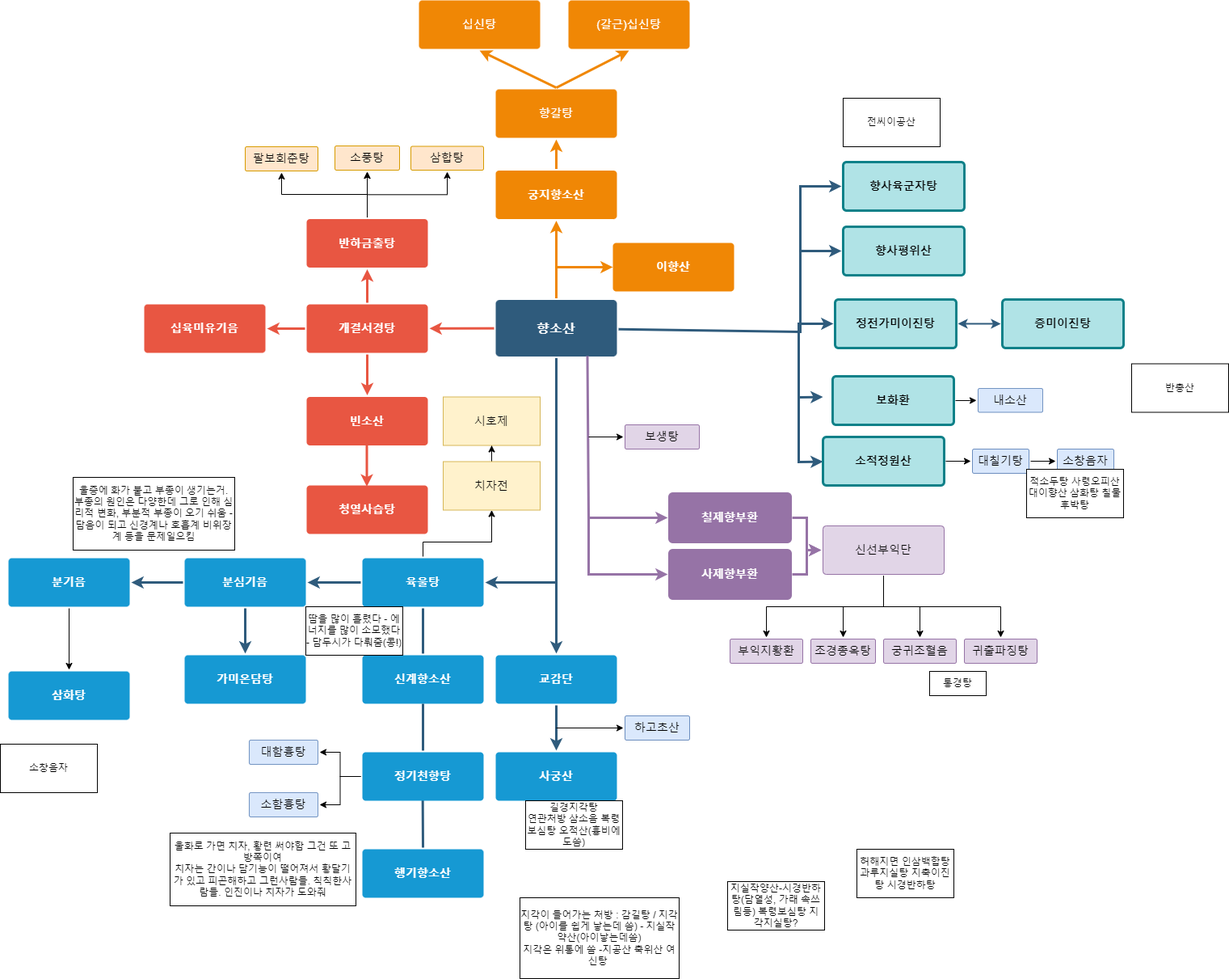
Earlier version of the draw.io export 향소산플로우차트.drawio.png (Jinzin71/sparta). Source tidied: cells renumbered, new cells last; positions are measured from the earlier drawing's top-left corner, leaving out a move shared by most shapes.
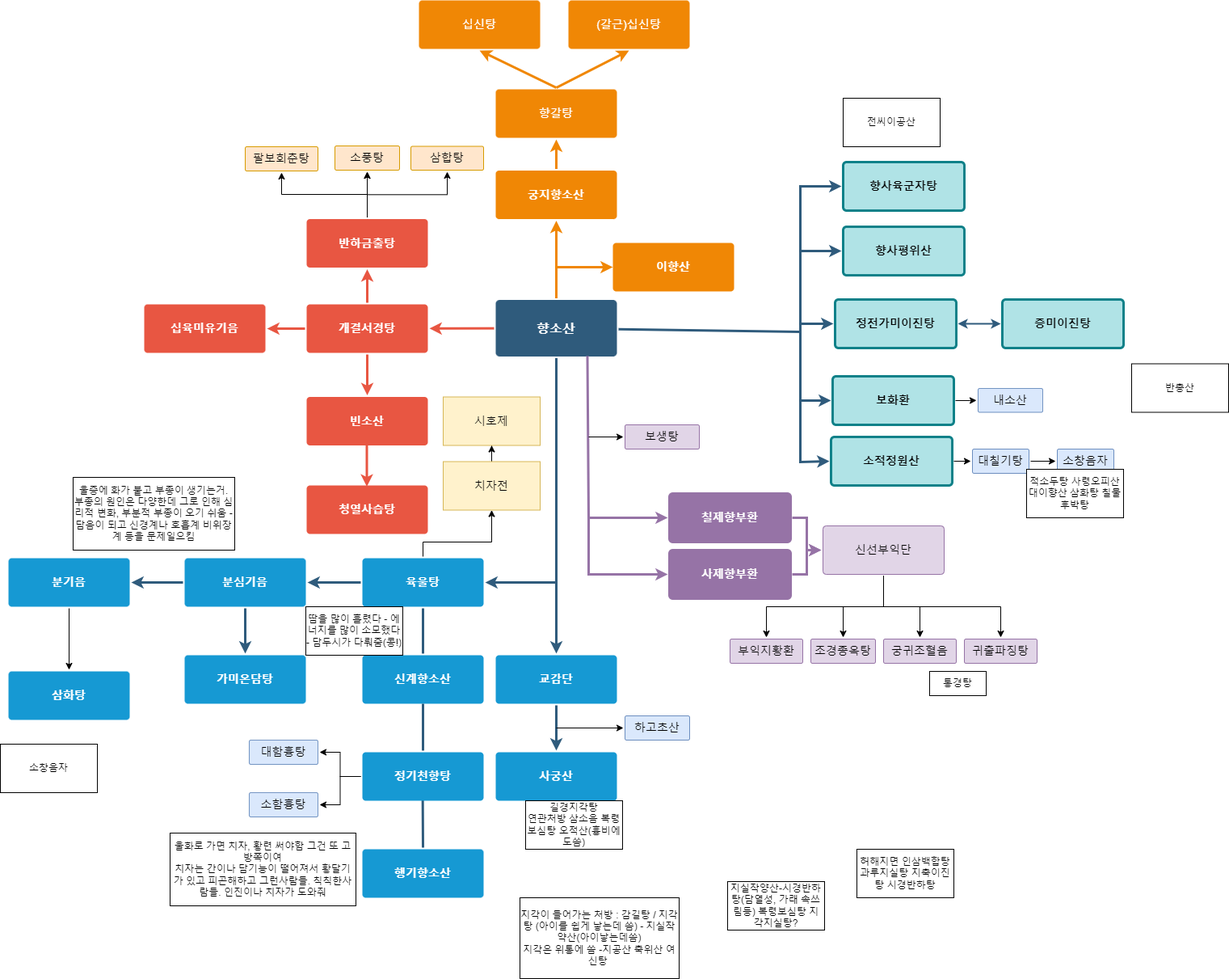
After the commit.

Commit message:
향소산플로우차트.drawio.png 업데이트

What changed in the source:
```diff
@@ -227,27 +227,25 @@
     </mxCell>
     <mxCell id="62" style="endArrow=classic;html=1;rounded=0;strokeWidth=3;strokeColor=#2F5B7C;entryX=0;entryY=0.5;entryDx=0;entryDy=0;" parent="1" edge="1" target="30">
       <mxGeometry relative="1" as="geometry">
-        <mxPoint x="988" y="410" as="sourcePoint" />
+        <mxPoint x="990" y="410" as="sourcePoint" />
         <Array as="points">
-          <mxPoint x="988" y="400" />
+          <mxPoint x="990" y="400" />
         </Array>
       </mxGeometry>
     </mxCell>
-    <mxCell id="63" style="endArrow=classic;html=1;rounded=0;strokeWidth=3;strokeColor=#2F5B7C;entryX=0;entryY=0.5;entryDx=0;entryDy=0;" parent="1" edge="1">
+    <mxCell id="63" style="endArrow=classic;html=1;rounded=0;strokeWidth=3;strokeColor=#2F5B7C;entryX=0;entryY=0.5;entryDx=0;entryDy=0;" parent="1" edge="1" target="25">
       <mxGeometry relative="1" as="geometry">
-        <mxPoint x="988" y="400" as="sourcePoint" />
-        <mxPoint x="1018" y="490.5" as="targetPoint" />
+        <mxPoint x="990" y="400" as="sourcePoint" />
         <Array as="points">
-          <mxPoint x="988" y="491" />
+          <mxPoint x="990" y="495" />
         </Array>
       </mxGeometry>
     </mxCell>
-    <mxCell id="64" style="endArrow=classic;html=1;rounded=0;strokeWidth=3;strokeColor=#2F5B7C;entryX=0;entryY=0.5;entryDx=0;entryDy=0;" parent="1" edge="1">
+    <mxCell id="64" style="endArrow=classic;html=1;rounded=0;strokeWidth=3;strokeColor=#2F5B7C;entryX=0;entryY=0.5;entryDx=0;entryDy=0;" parent="1" edge="1" target="86">
       <mxGeometry relative="1" as="geometry">
-        <mxPoint x="988" y="480" as="sourcePoint" />
-        <mxPoint x="1018" y="570.5" as="targetPoint" />
+        <mxPoint x="990" y="480" as="sourcePoint" />
         <Array as="points">
-          <mxPoint x="988" y="571" />
+          <mxPoint x="990" y="571" />
         </Array>
       </mxGeometry>
     </mxCell>
@@ -345,7 +343,7 @@
       <mxGeometry relative="1" as="geometry" />
     </mxCell>
     <mxCell id="86" value="소적정원산" style="rounded=1;whiteSpace=wrap;html=1;shadow=0;labelBackgroundColor=none;strokeColor=#0e8088;strokeWidth=3;fillColor=#b0e3e6;fontFamily=Helvetica;fontSize=14;align=center;spacing=5;fontStyle=1;arcSize=7;perimeterSpacing=2;" parent="1" vertex="1">
-      <mxGeometry x="1018" y="540" width="150" height="60" as="geometry" />
+      <mxGeometry x="1028" y="540" width="150" height="60" as="geometry" />
     </mxCell>
     <mxCell id="87" style="edgeStyle=orthogonalEdgeStyle;rounded=0;jettySize=auto;html=1;" parent="1" edge="1" source="88" target="89">
       <mxGeometry relative="1" as="geometry" />
```
